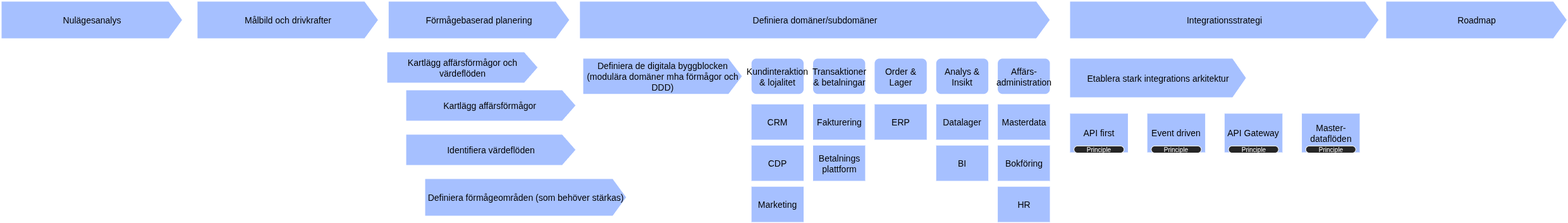
Pettersson-dev/Pettersson-dev.github.io keeps this draw.io diagram as assets/images/Target-Architecture-ADM-EDGY.png. Above is the earlier version. Source tidied: cells renumbered, new cells last; positions are measured from the earlier drawing's top-left corner, leaving out a move shared by most shapes.
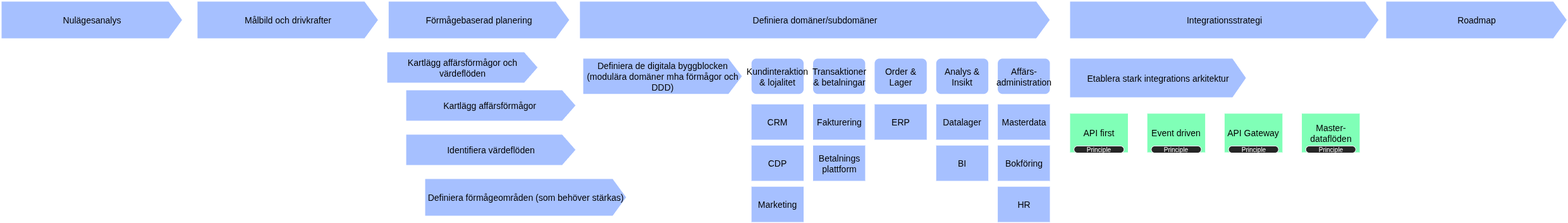
Later version of the same file.

What changed in the source:
```diff
@@ -98,16 +98,16 @@
     <mxCell id="33" value="Etablera stark integrations arkitektur" style="html=1;shadow=0;dashed=0;align=center;verticalAlign=middle;shape=mxgraph.arrows2.arrow;dy=0;dx=22;notch=0;strokeColor=#FFFFFF;strokeWidth=2;fontSize=14;fillColor=#A6C0FF;whiteSpace=wrap;" parent="32" vertex="1">
       <mxGeometry width="280.3" height="63.2" as="geometry" />
     </mxCell>
-    <mxCell id="34" value="API first" style="whiteSpace=wrap;html=1;strokeColor=#FFFFFF;strokeWidth=2;fontSize=14;fillColor=#A6C0FF;shadow=0;dashed=0;" parent="32" vertex="1">
+    <mxCell id="34" value="API first" style="whiteSpace=wrap;html=1;strokeColor=#FFFFFF;strokeWidth=2;fontSize=14;fillColor=light-dark(#80FFB7,#344A80);shadow=0;dashed=0;" parent="32" vertex="1">
       <mxGeometry y="86.8" width="93.4" height="63.2" as="geometry" />
     </mxCell>
-    <mxCell id="35" value="Event driven" style="whiteSpace=wrap;html=1;strokeColor=#FFFFFF;strokeWidth=2;fontSize=14;fillColor=#A6C0FF;shadow=0;dashed=0;" parent="32" vertex="1">
+    <mxCell id="35" value="Event driven" style="whiteSpace=wrap;html=1;strokeColor=#FFFFFF;strokeWidth=2;fontSize=14;fillColor=light-dark(#80FFB7,#344A80);shadow=0;dashed=0;" parent="32" vertex="1">
       <mxGeometry x="122.2" y="86.8" width="93.4" height="63.2" as="geometry" />
     </mxCell>
-    <mxCell id="36" value="API Gateway" style="whiteSpace=wrap;html=1;strokeColor=#FFFFFF;strokeWidth=2;fontSize=14;fillColor=#A6C0FF;shadow=0;dashed=0;" parent="32" vertex="1">
+    <mxCell id="36" value="API Gateway" style="whiteSpace=wrap;html=1;strokeColor=#FFFFFF;strokeWidth=2;fontSize=14;fillColor=light-dark(#80FFB7,#344A80);shadow=0;dashed=0;" parent="32" vertex="1">
       <mxGeometry x="244.4" y="86.8" width="93.4" height="63.2" as="geometry" />
     </mxCell>
-    <mxCell id="37" value="Master-dataflöden " style="whiteSpace=wrap;html=1;strokeColor=#FFFFFF;strokeWidth=2;fontSize=14;fillColor=#A6C0FF;shadow=0;dashed=0;" parent="32" vertex="1">
+    <mxCell id="37" value="Master-dataflöden " style="whiteSpace=wrap;html=1;strokeColor=#FFFFFF;strokeWidth=2;fontSize=14;fillColor=light-dark(#80FFB7,#344A80);shadow=0;dashed=0;" parent="32" vertex="1">
       <mxGeometry x="366.6" y="86.8" width="93.4" height="63.2" as="geometry" />
     </mxCell>
     <mxCell id="38" value="Principle" style="rounded=1;whiteSpace=wrap;html=1;arcSize=50;strokeWidth=1;strokeColor=#FFFFFF;fillColor=#262626;fontSize=10;spacingBottom=1;spacingTop=1;fontColor=#FFFFFF;" parent="31" vertex="1">
```
